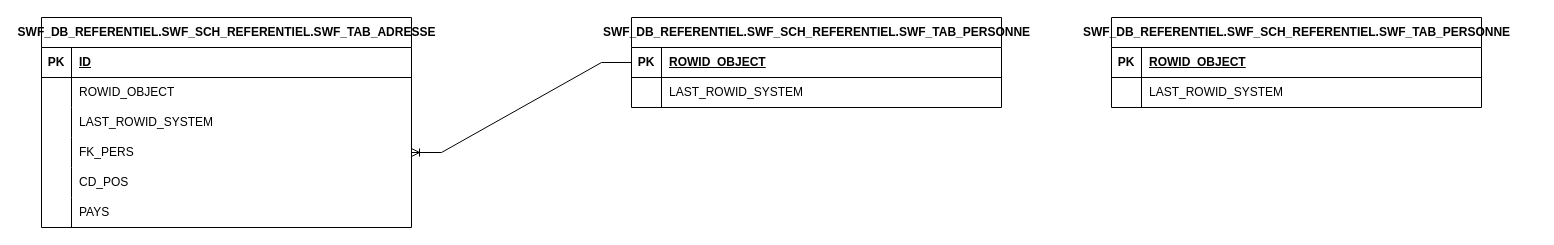
Above: prisme.drawio in liaoyusaki/drawio (draw.io), before the change. Source tidied: cells renumbered, new cells numbered last; positions are measured from the earlier drawing's top-left corner, leaving out a move shared by most shapes. Both pictures are drawn from the tidied source at 100%, with x=0, y=0 at pixel (41, 17).
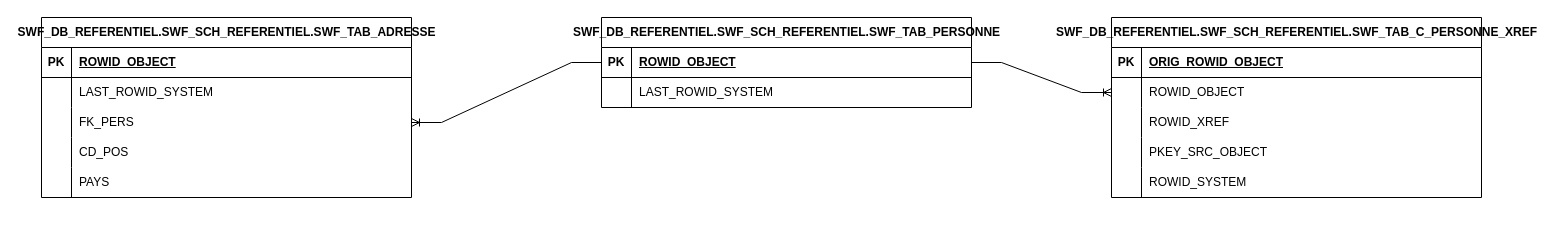
The same diagram, later.

The change refers to these unchanged cells:
```xml
<mxCell id="3" style="shape=tableRow;horizontal=0;startSize=0;swimlaneHead=0;swimlaneBody=0;fillColor=none;points=[[0,0.5],[1,0.5]];portConstraint=eastwest;top=0;left=0;right=0;bottom=1;" parent="2" vertex="1">
  <mxGeometry y="30" width="370" height="30" as="geometry" />
</mxCell>
<mxCell id="10" style="shape=tableRow;horizontal=0;startSize=0;swimlaneHead=0;swimlaneBody=0;fillColor=none;top=0;left=0;right=0;bottom=1;" parent="9" vertex="1">
  <mxGeometry y="30" width="370" height="30" as="geometry" />
</mxCell>
<mxCell id="30" style="shape=tableRow;horizontal=0;startSize=0;swimlaneHead=0;swimlaneBody=0;fillColor=none;top=0;left=0;right=0;bottom=1;" parent="29" vertex="1">
  <mxGeometry y="30" width="370" height="30" as="geometry" />
</mxCell>
<mxCell id="33" style="shape=tableRow;horizontal=0;startSize=0;swimlaneHead=0;swimlaneBody=0;fillColor=none;points=[[0,0.5],[1,0.5]];portConstraint=eastwest;top=0;left=0;right=0;bottom=0;" parent="29" vertex="1">
  <mxGeometry y="60" width="370" height="30" as="geometry" />
</mxCell>
```

The edit, as a diff of the source:
```diff
@@
     <mxCell id="2" value="SWF_DB_REFERENTIEL.SWF_SCH_REFERENTIEL.SWF_TAB_PERSONNE" style="shape=table;startSize=30;childLayout=tableLayout;rowLines=0;fontStyle=1;align=center;html=1;" parent="1" vertex="1">
-      <mxGeometry x="590" width="370" height="90" as="geometry" />
+      <mxGeometry x="560" width="370" height="90" as="geometry" />
     </mxCell>
@@
     <mxCell id="9" value="SWF_DB_REFERENTIEL.SWF_SCH_REFERENTIEL.SWF_TAB_ADRESSE" style="shape=table;startSize=30;childLayout=tableLayout;rowLines=0;fontStyle=1;align=center;html=1;" parent="1" vertex="1">
-      <mxGeometry width="370" height="210" as="geometry" />
+      <mxGeometry width="370" height="180" as="geometry" />
     </mxCell>
@@
-    <mxCell id="12" value="ID" style="shape=partialRectangle;fillColor=none;top=0;left=0;bottom=0;right=0;align=left;spacingLeft=6;fontStyle=5;overflow=hidden;whiteSpace=wrap;html=1;" parent="10" vertex="1">
+    <mxCell id="12" value="ROWID_OBJECT" style="shape=partialRectangle;fillColor=none;top=0;left=0;bottom=0;right=0;align=left;spacingLeft=6;fontStyle=5;overflow=hidden;whiteSpace=wrap;html=1;" parent="10" vertex="1">
       <mxGeometry x="30" width="340" height="30" as="geometry" />
     </mxCell>
-    <mxCell id="13" style="shape=tableRow;horizontal=0;startSize=0;swimlaneHead=0;swimlaneBody=0;fillColor=none;top=0;left=0;right=0;bottom=0;" parent="9" vertex="1">
-      <mxGeometry y="60" width="370" height="30" as="geometry" />
-    </mxCell>
-    <mxCell id="14" style="shape=partialRectangle;fillColor=none;top=0;left=0;bottom=0;right=0;overflow=hidden;whiteSpace=wrap;html=1;" parent="13" vertex="1">
-      <mxGeometry width="30" height="30" as="geometry" />
-    </mxCell>
-    <mxCell id="15" value="ROWID_OBJECT" style="shape=partialRectangle;fillColor=none;top=0;left=0;bottom=0;right=0;align=left;spacingLeft=6;overflow=hidden;whiteSpace=wrap;html=1;" parent="13" vertex="1">
-      <mxGeometry x="30" width="340" height="30" as="geometry" />
-    </mxCell>
     <mxCell id="16" style="shape=tableRow;horizontal=0;startSize=0;swimlaneHead=0;swimlaneBody=0;fillColor=none;top=0;left=0;right=0;bottom=0;" parent="9" vertex="1">
-      <mxGeometry y="90" width="370" height="30" as="geometry" />
+      <mxGeometry y="60" width="370" height="30" as="geometry" />
     </mxCell>
@@
     <mxCell id="19" style="shape=tableRow;horizontal=0;startSize=0;swimlaneHead=0;swimlaneBody=0;fillColor=none;points=[[0,0.5],[1,0.5]];portConstraint=eastwest;top=0;left=0;right=0;bottom=0;" parent="9" vertex="1">
-      <mxGeometry y="120" width="370" height="30" as="geometry" />
+      <mxGeometry y="90" width="370" height="30" as="geometry" />
     </mxCell>
@@
     <mxCell id="22" style="shape=tableRow;horizontal=0;startSize=0;swimlaneHead=0;swimlaneBody=0;fillColor=none;top=0;left=0;right=0;bottom=0;" parent="9" vertex="1">
-      <mxGeometry y="150" width="370" height="30" as="geometry" />
+      <mxGeometry y="120" width="370" height="30" as="geometry" />
     </mxCell>
@@
     <mxCell id="25" style="shape=tableRow;horizontal=0;startSize=0;swimlaneHead=0;swimlaneBody=0;fillColor=none;top=0;left=0;right=0;bottom=0;" parent="9" vertex="1">
-      <mxGeometry y="180" width="370" height="30" as="geometry" />
+      <mxGeometry y="150" width="370" height="30" as="geometry" />
     </mxCell>
@@
-    <mxCell id="29" value="SWF_DB_REFERENTIEL.SWF_SCH_REFERENTIEL.SWF_TAB_PERSONNE" style="shape=table;startSize=30;childLayout=tableLayout;rowLines=0;fontStyle=1;align=center;html=1;" parent="1" vertex="1">
-      <mxGeometry x="1070" width="370" height="90" as="geometry" />
+    <mxCell id="29" value="SWF_DB_REFERENTIEL.SWF_SCH_REFERENTIEL.SWF_TAB_C_PERSONNE_XREF" style="shape=table;startSize=30;childLayout=tableLayout;rowLines=0;fontStyle=1;align=center;html=1;" parent="1" vertex="1">
+      <mxGeometry x="1070" width="370" height="180" as="geometry" />
     </mxCell>
@@
-    <mxCell id="32" value="ROWID_OBJECT" style="shape=partialRectangle;fillColor=none;top=0;left=0;bottom=0;right=0;align=left;spacingLeft=6;fontStyle=5;overflow=hidden;whiteSpace=wrap;html=1;" parent="30" vertex="1">
+    <mxCell id="32" value="ORIG_ROWID_OBJECT" style="shape=partialRectangle;fillColor=none;top=0;left=0;bottom=0;right=0;align=left;spacingLeft=6;fontStyle=5;overflow=hidden;whiteSpace=wrap;html=1;" parent="30" vertex="1">
       <mxGeometry x="30" width="340" height="30" as="geometry" />
     </mxCell>
@@
-    <mxCell id="35" value="LAST_ROWID_SYSTEM" style="shape=partialRectangle;fillColor=none;top=0;left=0;bottom=0;right=0;align=left;spacingLeft=6;overflow=hidden;whiteSpace=wrap;html=1;" parent="33" vertex="1">
+    <mxCell id="35" value="ROWID_OBJECT" style="shape=partialRectangle;fillColor=none;top=0;left=0;bottom=0;right=0;align=left;spacingLeft=6;overflow=hidden;whiteSpace=wrap;html=1;" parent="33" vertex="1">
       <mxGeometry x="30" width="340" height="30" as="geometry" />
     </mxCell>
+    <mxCell id="36" style="shape=tableRow;horizontal=0;startSize=0;swimlaneHead=0;swimlaneBody=0;fillColor=none;top=0;left=0;right=0;bottom=0;" parent="29" vertex="1">
+      <mxGeometry y="90" width="370" height="30" as="geometry" />
+    </mxCell>
+    <mxCell id="37" style="shape=partialRectangle;fillColor=none;top=0;left=0;bottom=0;right=0;overflow=hidden;whiteSpace=wrap;html=1;" parent="36" vertex="1">
+      <mxGeometry width="30" height="30" as="geometry" />
+    </mxCell>
+    <mxCell id="38" value="ROWID_XREF" style="shape=partialRectangle;fillColor=none;top=0;left=0;bottom=0;right=0;align=left;spacingLeft=6;overflow=hidden;whiteSpace=wrap;html=1;" parent="36" vertex="1">
+      <mxGeometry x="30" width="340" height="30" as="geometry" />
+    </mxCell>
+    <mxCell id="39" style="shape=tableRow;horizontal=0;startSize=0;swimlaneHead=0;swimlaneBody=0;fillColor=none;top=0;left=0;right=0;bottom=0;" parent="29" vertex="1">
+      <mxGeometry y="120" width="370" height="30" as="geometry" />
+    </mxCell>
+    <mxCell id="40" style="shape=partialRectangle;fillColor=none;top=0;left=0;bottom=0;right=0;overflow=hidden;whiteSpace=wrap;html=1;" parent="39" vertex="1">
+      <mxGeometry width="30" height="30" as="geometry" />
+    </mxCell>
+    <mxCell id="41" value="PKEY_SRC_OBJECT" style="shape=partialRectangle;fillColor=none;top=0;left=0;bottom=0;right=0;align=left;spacingLeft=6;overflow=hidden;whiteSpace=wrap;html=1;" parent="39" vertex="1">
+      <mxGeometry x="30" width="340" height="30" as="geometry" />
+    </mxCell>
+    <mxCell id="42" style="shape=tableRow;horizontal=0;startSize=0;swimlaneHead=0;swimlaneBody=0;fillColor=none;top=0;left=0;right=0;bottom=0;" parent="29" vertex="1">
+      <mxGeometry y="150" width="370" height="30" as="geometry" />
+    </mxCell>
+    <mxCell id="43" style="shape=partialRectangle;fillColor=none;top=0;left=0;bottom=0;right=0;overflow=hidden;whiteSpace=wrap;html=1;" parent="42" vertex="1">
+      <mxGeometry width="30" height="30" as="geometry" />
+    </mxCell>
+    <mxCell id="44" value="ROWID_SYSTEM" style="shape=partialRectangle;fillColor=none;top=0;left=0;bottom=0;right=0;align=left;spacingLeft=6;overflow=hidden;whiteSpace=wrap;html=1;" parent="42" vertex="1">
+      <mxGeometry x="30" width="340" height="30" as="geometry" />
+    </mxCell>
+    <mxCell id="45" style="edgeStyle=entityRelationEdgeStyle;fontSize=12;html=1;endArrow=ERoneToMany;rounded=0;exitX=1;exitY=0.5;exitDx=0;exitDy=0;" parent="1" edge="1" source="3" target="33">
+      <mxGeometry relative="1" as="geometry">
+        <Array as="points">
+          <mxPoint x="1010" y="60" />
+        </Array>
+      </mxGeometry>
+    </mxCell>
```
